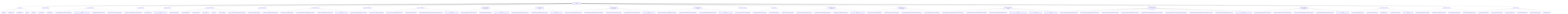
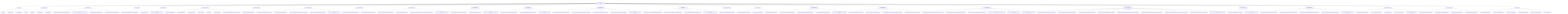
graph TD
    root["ToneSoul Documentation Authority"]
    root --> entrypoints["Entry Points"]
    entrypoints --> entrypoints_1["README.md"]
    entrypoints --> entrypoints_2["README.zh-TW.md"]
    entrypoints --> entrypoints_3["AI_ONBOARDING.md"]
    entrypoints --> entrypoints_4["INDEX.md"]
    entrypoints --> entrypoints_5["README.md"]
    root --> ai_operational_guides["AI Operational Guides"]
    ai_operational_guides --> ai_operational_guides_1["AI_QUICKSTART.md"]
    ai_operational_guides --> ai_operational_guides_2["AI_REFERENCE.md"]
    root --> canonical_architecture["Canonical Architecture"]
    canonical_architecture --> canonical_architecture_1["TONESOUL_EXTERNALIZED_COGNITIVE_ARCHITECTURE.md"]
    canonical_architecture --> canonical_architecture_2["TONESOUL_ARCHITECTURE_MEMORY_ANCHOR_2026-03-22.md"]
    canonical_architecture --> canonical_architecture_3["KNOWLEDGE_SURFACES_BOUNDARY_MAP.md"]
    canonical_architecture --> canonical_architecture_4["TONESOUL_EIGHT_LAYER_CONVERGENCE_MAP.md"]
    root --> deep_system_maps["Deep System Maps"]
    deep_system_maps --> deep_system_maps_1["TONESOUL_SYSTEM_OVERVIEW_AND_SUBSYSTEM_GUIDE.md"]
    deep_system_maps --> deep_system_maps_2["TONESOUL_ANATOMY.md"]
    root --> interpretive_readings["Interpretive Readings"]
    interpretive_readings --> interpretive_readings_1["TONESOUL_DEEP_READING_ANCHOR_2026-03-26.md"]
    interpretive_readings --> interpretive_readings_2["TONESOUL_CODEX_READING.md"]
    root --> governance_execution["Governance And Execution"]
    governance_execution --> governance_execution_1["7D_AUDIT_FRAMEWORK.md"]
    governance_execution --> governance_execution_2["7D_EXECUTION_SPEC.md"]
    governance_execution --> governance_execution_3["AUDIT_CONTRACT.md"]
    governance_execution --> governance_execution_4["API_SPEC.md"]
    governance_execution --> governance_execution_5["COUNCIL_RUNTIME.md"]
    governance_execution --> governance_execution_6["TONESOUL_SHARED_R_MEMORY_OPERATIONS_CONTRACT.md"]
    root --> claim_authority_distillation["Claim Authority Distillation"]
    claim_authority_distillation --> claim_authority_distillation_1["TONESOUL_CLAIM_AUTHORITY_MATRIX.md"]
    claim_authority_distillation --> claim_authority_distillation_2["TONESOUL_LAW_RUNTIME_BOUNDARY_CONTRACT.md"]
    root --> evidence_topology_and_verifiability["Evidence And Verifiability"]
    evidence_topology_and_verifiability --> evidence_topology_and_verifiability_1["TONESOUL_CLAIM_TO_EVIDENCE_MATRIX.md"]
    evidence_topology_and_verifiability --> evidence_topology_and_verifiability_2["TONESOUL_EVIDENCE_LADDER_AND_VERIFIABILITY_CONTRACT.md"]
    evidence_topology_and_verifiability --> evidence_topology_and_verifiability_3["TONESOUL_TEST_AND_VALIDATION_TOPOLOGY_MAP.md"]
    evidence_topology_and_verifiability --> evidence_topology_and_verifiability_4["tonesoul_evidence_followup_candidates_2026-03-29.md"]
    root --> subject_refresh_boundaries["Subject Refresh Boundaries"]
    subject_refresh_boundaries --> subject_refresh_boundaries_1["TONESOUL_SUBJECT_REFRESH_BOUNDARY_CONTRACT.md"]
    subject_refresh_boundaries --> subject_refresh_boundaries_2["TONESOUL_SUBJECT_SNAPSHOT_FIELD_LANES.md"]
    root --> control_plane_discipline["Control Plane Discipline"]
    control_plane_discipline --> control_plane_discipline_1["TONESOUL_TASK_TRACK_AND_READINESS_CONTRACT.md"]
    control_plane_discipline --> control_plane_discipline_2["TONESOUL_PLAN_DELTA_CONTRACT.md"]
    control_plane_discipline --> control_plane_discipline_3["TONESOUL_MIRROR_RUPTURE_FAIL_STOP_AND_LOW_DRIFT_ANCHOR_CONTRACT.md"]
    control_plane_discipline --> control_plane_discipline_4["tonesoul_control_plane_followup_candidates_2026-03-28.md"]
    root --> observable_shell_and_axiom_boundaries["Observable-Shell And Axiom Boundaries"]
    observable_shell_and_axiom_boundaries --> observable_shell_and_axiom_boundaries_1["TONESOUL_OBSERVABLE_SHELL_OPACITY_CONTRACT.md"]
    observable_shell_and_axiom_boundaries --> observable_shell_and_axiom_boundaries_2["TONESOUL_AXIOM_FALSIFICATION_MAP.md"]
    observable_shell_and_axiom_boundaries --> observable_shell_and_axiom_boundaries_3["tonesoul_observability_and_axiom_adoption_review_2026-03-28.md"]
    root --> council_deliberation_discipline["Council Deliberation Discipline"]
    council_deliberation_discipline --> council_deliberation_discipline_1["TONESOUL_COUNCIL_DOSSIER_AND_DISSENT_CONTRACT.md"]
    council_deliberation_discipline --> council_deliberation_discipline_2["TONESOUL_ADAPTIVE_DELIBERATION_MODE_CONTRACT.md"]
    council_deliberation_discipline --> council_deliberation_discipline_3["tonesoul_council_followup_candidates_2026-03-28.md"]
    root --> continuity_import_and_receiver_discipline["Continuity Import And Receiver Discipline"]
    continuity_import_and_receiver_discipline --> continuity_import_and_receiver_discipline_1["TONESOUL_CONTINUITY_IMPORT_AND_DECAY_CONTRACT.md"]
    continuity_import_and_receiver_discipline --> continuity_import_and_receiver_discipline_2["TONESOUL_RECEIVER_INTERPRETATION_BOUNDARY_CONTRACT.md"]
    continuity_import_and_receiver_discipline --> continuity_import_and_receiver_discipline_3["TONESOUL_CONTINUITY_SURFACE_LIFECYCLE_MAP.md"]
    continuity_import_and_receiver_discipline --> continuity_import_and_receiver_discipline_4["TONESOUL_WORKING_STYLE_CONTINUITY_CONTRACT.md"]
    continuity_import_and_receiver_discipline --> continuity_import_and_receiver_discipline_5["tonesoul_continuity_followup_candidates_2026-03-29.md"]
    root --> council_realism_and_calibration["Council Realism And Calibration"]
    council_realism_and_calibration --> council_realism_and_calibration_1["TONESOUL_COUNCIL_REALISM_AND_INDEPENDENCE_CONTRACT.md"]
    council_realism_and_calibration --> council_realism_and_calibration_2["TONESOUL_COUNCIL_CONFIDENCE_AND_CALIBRATION_MAP.md"]
    council_realism_and_calibration --> council_realism_and_calibration_3["TONESOUL_ADVERSARIAL_DELIBERATION_ADOPTION_MAP.md"]
    council_realism_and_calibration --> council_realism_and_calibration_4["tonesoul_council_realism_followup_candidates_2026-03-29.md"]
    root --> context_continuity_adoption["Context Continuity Adoption"]
    context_continuity_adoption --> context_continuity_adoption_1["TONESOUL_CONTEXT_CONTINUITY_ADOPTION_MAP.md"]
    root --> prompt_discipline_skeleton["Prompt Discipline"]
    prompt_discipline_skeleton --> prompt_discipline_skeleton_1["TONESOUL_PROMPT_DISCIPLINE_SKELETON.md"]
    prompt_discipline_skeleton --> prompt_discipline_skeleton_2["TONESOUL_PROMPT_VARIANTS.md"]
    prompt_discipline_skeleton --> prompt_discipline_skeleton_3["TONESOUL_PROMPT_STARTER_CARDS.md"]
    root --> prompt_surface_topology_and_adoption["Prompt Surface Topology And Adoption"]
    prompt_surface_topology_and_adoption --> prompt_surface_topology_and_adoption_1["TONESOUL_PROMPT_SURFACE_ADOPTION_MATRIX.md"]
    prompt_surface_topology_and_adoption --> prompt_surface_topology_and_adoption_2["TONESOUL_PROMPT_SURFACE_BOUNDARY_CONTRACT.md"]
    prompt_surface_topology_and_adoption --> prompt_surface_topology_and_adoption_3["TONESOUL_PROMPT_SURFACE_TOPOLOGY_MAP.md"]
    prompt_surface_topology_and_adoption --> prompt_surface_topology_and_adoption_4["tonesoul_prompt_adoption_followup_candidates_2026-03-29.md"]
    root --> reality_alignment_and_render_boundaries["Reality Alignment And Render Boundaries"]
    reality_alignment_and_render_boundaries --> reality_alignment_and_render_boundaries_1["TONESOUL_ENTRY_SURFACE_REALITY_BASELINE.md"]
    reality_alignment_and_render_boundaries --> reality_alignment_and_render_boundaries_2["TONESOUL_DOC_METRIC_AND_COUNT_METHOD.md"]
    reality_alignment_and_render_boundaries --> reality_alignment_and_render_boundaries_3["TONESOUL_RENDER_LAYER_AND_ENCODING_BOUNDARY_CONTRACT.md"]
    reality_alignment_and_render_boundaries --> reality_alignment_and_render_boundaries_4["TONESOUL_DOC_DRIFT_AND_CONFLICT_REGISTER.md"]
    root --> successor_continuity_and_hot_memory["Successor Continuity And Hot Memory"]
    successor_continuity_and_hot_memory --> successor_continuity_and_hot_memory_1["TONESOUL_SUCCESSOR_COLLABORATION_AND_HOT_MEMORY_CONTRACT.md"]
    successor_continuity_and_hot_memory --> successor_continuity_and_hot_memory_2["TONESOUL_LOW_DRIFT_ANCHOR_SOURCE_PRECEDENCE_CONTRACT.md"]
    successor_continuity_and_hot_memory --> successor_continuity_and_hot_memory_3["TONESOUL_HOT_MEMORY_DECAY_AND_COMPRESSION_MAP.md"]
    successor_continuity_and_hot_memory --> successor_continuity_and_hot_memory_4["tonesoul_successor_collaboration_and_hot_memory_program_2026-04-02.md"]
    successor_continuity_and_hot_memory --> successor_continuity_and_hot_memory_5["tonesoul_subsystem_parity_and_gap_map_2026-04-02.md"]
    successor_continuity_and_hot_memory --> successor_continuity_and_hot_memory_6["tonesoul_successor_sidecar_residue_triage_2026-04-02.md"]
    root --> research_driven_memory_interop_and_knowledge_layer["Research-Driven Memory Interop And Knowledge Layer"]
    research_driven_memory_interop_and_knowledge_layer --> research_driven_memory_interop_and_knowledge_layer_1["TONESOUL_CROSS_AGENT_MEMORY_CONSUMER_CONTRACT.md"]
    research_driven_memory_interop_and_knowledge_layer --> research_driven_memory_interop_and_knowledge_layer_2["TONESOUL_CLAUDE_COMPATIBLE_ENTRY_ADAPTER_CONTRACT.md"]
    research_driven_memory_interop_and_knowledge_layer --> research_driven_memory_interop_and_knowledge_layer_3["TONESOUL_KNOWLEDGE_LAYER_BOUNDARY_CONTRACT.md"]
    research_driven_memory_interop_and_knowledge_layer --> research_driven_memory_interop_and_knowledge_layer_4["TONESOUL_LAUNCH_HEALTH_TREND_READOUT_CONTRACT.md"]
    research_driven_memory_interop_and_knowledge_layer --> research_driven_memory_interop_and_knowledge_layer_5["TONESOUL_INTERNAL_STATE_OBSERVABILITY_REALITY_CHECK_CONTRACT.md"]
    research_driven_memory_interop_and_knowledge_layer --> research_driven_memory_interop_and_knowledge_layer_6["TONESOUL_SURFACE_VERSIONING_AND_CONSUMER_LINEAGE_CONTRACT.md"]
    research_driven_memory_interop_and_knowledge_layer --> research_driven_memory_interop_and_knowledge_layer_7["TONESOUL_KNOWLEDGE_LAYER_SOURCE_TAXONOMY_AND_PARKING_CONTRACT.md"]
    research_driven_memory_interop_and_knowledge_layer --> research_driven_memory_interop_and_knowledge_layer_8["TONESOUL_COMPILED_KNOWLEDGE_LANDING_ZONE_SPEC.md"]
    research_driven_memory_interop_and_knowledge_layer --> research_driven_memory_interop_and_knowledge_layer_9["tonesoul_research_lines_and_memory_interop_program_2026-04-06.md"]
+     root --> bounded_self_improvement_loop["Bounded Self-Improvement Loop"]
+     bounded_self_improvement_loop --> bounded_self_improvement_loop_1["TONESOUL_SELF_IMPROVEMENT_LOOP_V0_SPEC.md"]
+     bounded_self_improvement_loop --> bounded_self_improvement_loop_2["tonesoul_self_improvement_loop_v0_program_2026-04-06.md"]
    root --> entry_simplification_and_lineage_routing["Entry Simplification And Lineage Routing"]
    entry_simplification_and_lineage_routing --> entry_simplification_and_lineage_routing_1["TONESOUL_AUDIENCE_ROUTING_AND_ENTRY_CONTRACT.md"]
    entry_simplification_and_lineage_routing --> entry_simplification_and_lineage_routing_2["TONESOUL_HISTORICAL_SPEC_AND_LEGACY_SURFACE_MAP.md"]
    entry_simplification_and_lineage_routing --> entry_simplification_and_lineage_routing_3["TONESOUL_DOC_SURFACE_SIMPLIFICATION_BOUNDARY_CONTRACT.md"]
    entry_simplification_and_lineage_routing --> entry_simplification_and_lineage_routing_4["TONESOUL_ENCODING_AND_MOJIBAKE_HAZARD_REGISTER.md"]
    entry_simplification_and_lineage_routing --> entry_simplification_and_lineage_routing_5["tonesoul_docs_cleanup_wave_candidates_2026-03-29.md"]
    root --> doc_governance["Documentation Governance"]
    doc_governance --> doc_governance_1["DOCS_INFORMATION_ARCHITECTURE_v1.md"]
    doc_governance --> doc_governance_2["DOCS_CLASSIFICATION_LEDGER_v1.md"]
    doc_governance --> doc_governance_3["FILE_PURPOSE_MAP.md"]
    doc_governance --> doc_governance_4["doc_convergence_inventory_latest.json"]
    doc_governance --> doc_governance_5["doc_convergence_cleanup_plan_2026-03-22.md"]
    root --> convergence_contracts["Convergence Contracts"]
    convergence_contracts --> convergence_contracts_1["BASENAME_DIVERGENCE_DISTILLATION_MAP.md"]
    convergence_contracts --> convergence_contracts_2["PRIVATE_MEMORY_SHADOW_BOUNDARY_MAP.md"]
    convergence_contracts --> convergence_contracts_3["PARADOX_FIXTURE_OWNERSHIP_MAP.md"]
    convergence_contracts --> convergence_contracts_4["ENGINEERING_MIRROR_OWNERSHIP_MAP.md"]
    root --> generated_status["Generated Status"]
    generated_status --> generated_status_1["doc_convergence_inventory_latest.json"]
    generated_status --> generated_status_2["basename_divergence_distillation_latest.json"]
    generated_status --> generated_status_3["private_memory_shadow_latest.json"]
    generated_status --> generated_status_4["paradox_fixture_ownership_latest.json"]
    generated_status --> generated_status_5["engineering_mirror_ownership_latest.json"]
    generated_status --> generated_status_6["claim_authority_latest.json"]
